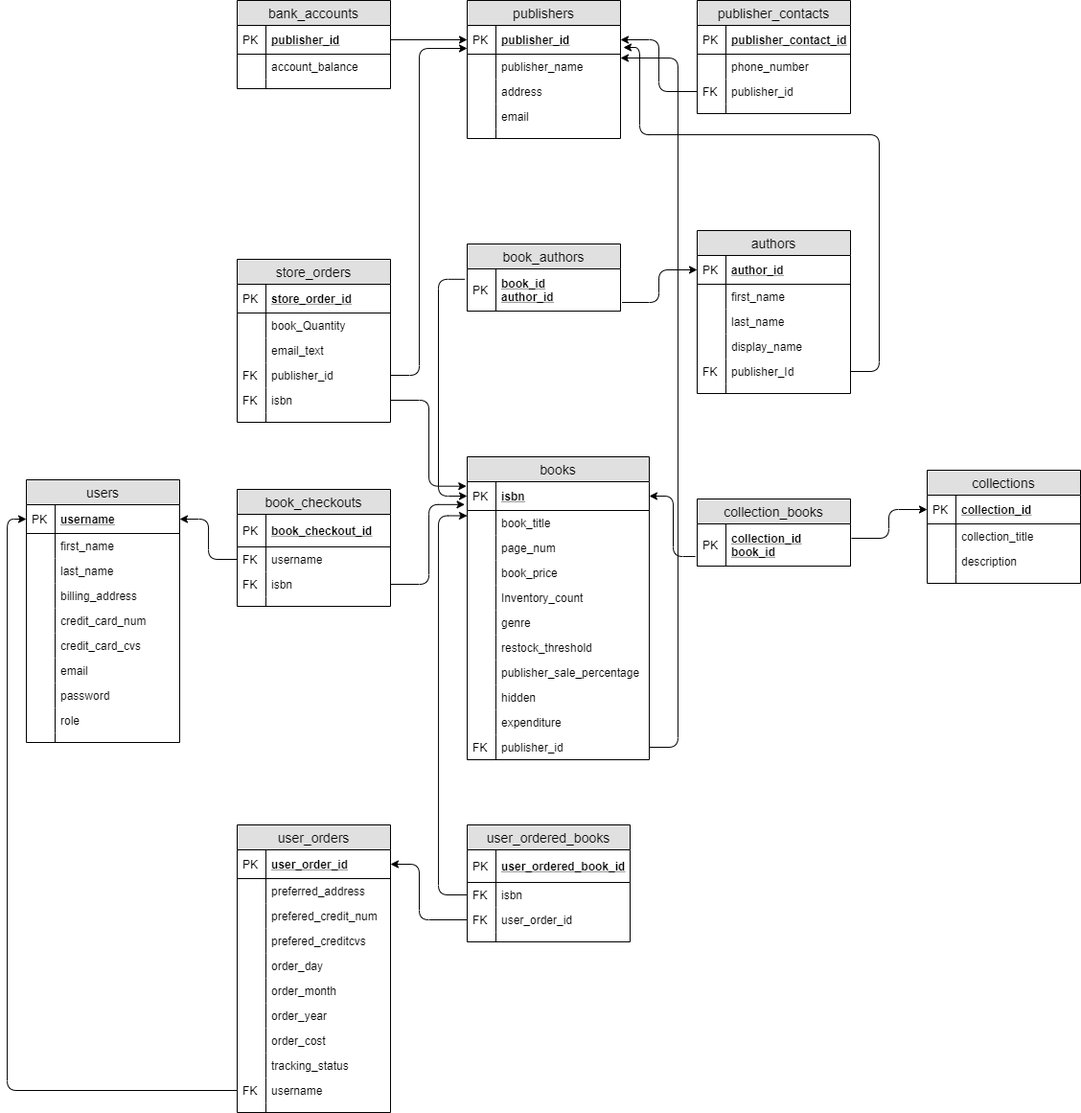
The draw.io diagram docs/schema.png in DarkHorse0311/BookStore_golang_react, before a commit. Source tidied: cells renumbered, new cells last; positions are measured from the earlier drawing's top-left corner, leaving out a move shared by most shapes.
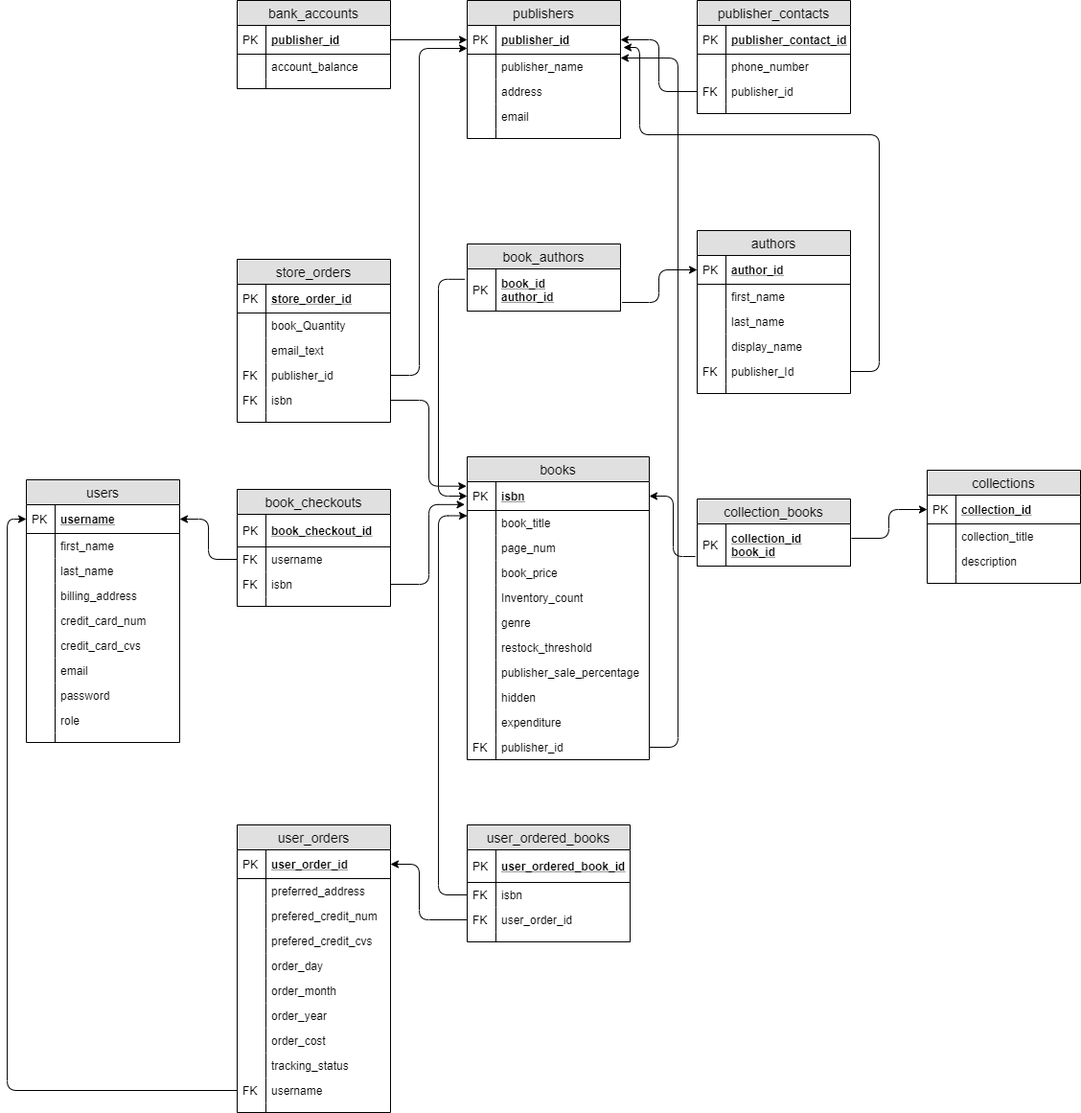
The same file after the commit.

Commit message:
fixed diagram typos

Change to the diagram source:
```diff
@@ -456,7 +456,7 @@
     <mxCell id="140" style="shape=partialRectangle;top=0;left=0;bottom=0;fillColor=none;align=left;verticalAlign=top;spacingLeft=4;spacingRight=4;overflow=hidden;fontSize=12;" parent="139" vertex="1">
       <mxGeometry width="30" height="26" as="geometry" />
     </mxCell>
-    <mxCell id="141" value="prefered_creditcvs" style="shape=partialRectangle;top=0;left=0;right=0;bottom=0;align=left;verticalAlign=top;fillColor=none;spacingLeft=34;spacingRight=4;overflow=hidden;fontSize=12;" parent="134" vertex="1">
+    <mxCell id="141" value="prefered_credit_cvs" style="shape=partialRectangle;top=0;left=0;right=0;bottom=0;align=left;verticalAlign=top;fillColor=none;spacingLeft=34;spacingRight=4;overflow=hidden;fontSize=12;" parent="134" vertex="1">
       <mxGeometry y="108" width="160" height="26" as="geometry" />
     </mxCell>
     <mxCell id="142" style="shape=partialRectangle;top=0;left=0;bottom=0;fillColor=none;align=left;verticalAlign=top;spacingLeft=4;spacingRight=4;overflow=hidden;fontSize=12;" parent="141" vertex="1">
```
